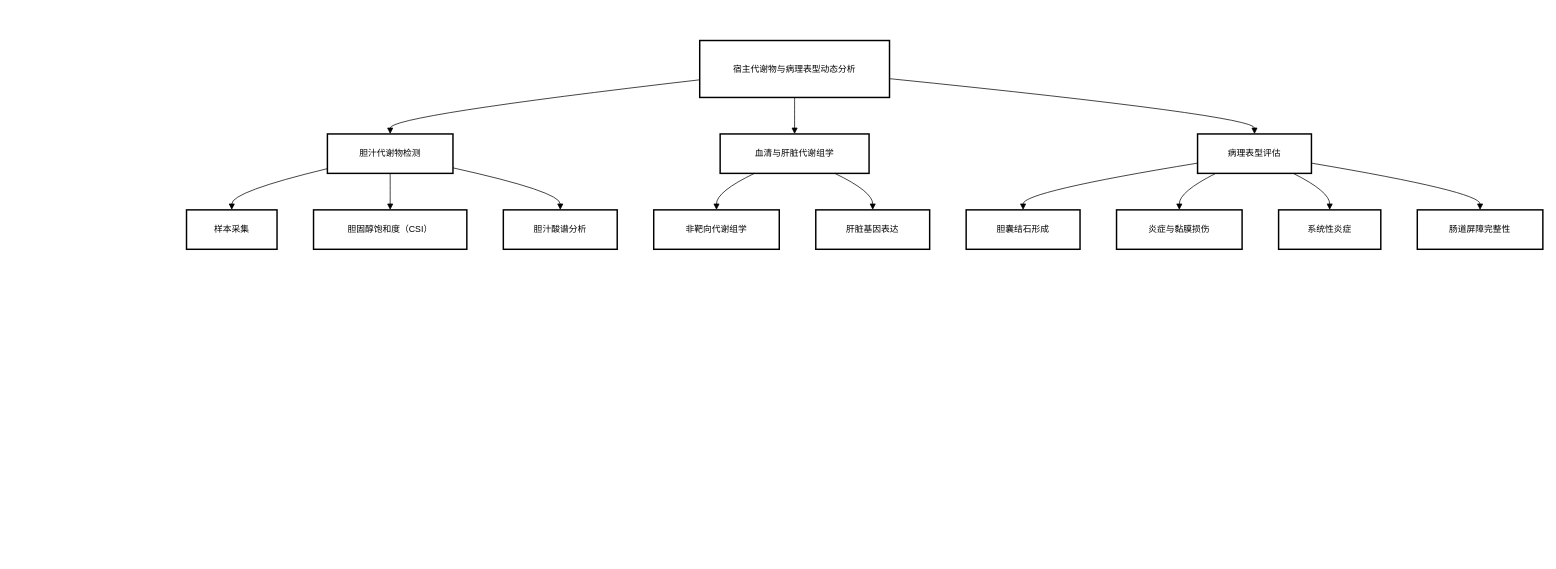
DavidWang2019/TEST keeps this draw.io diagram as 技术路线图3.drawio. Above is the earlier version. Source tidied: cells renumbered, new cells numbered last; positions are measured from the earlier drawing's top-left corner, leaving out a move shared by most shapes. Both pictures are drawn from the tidied source at 73%, with x=0, y=0 at pixel (186, 40).
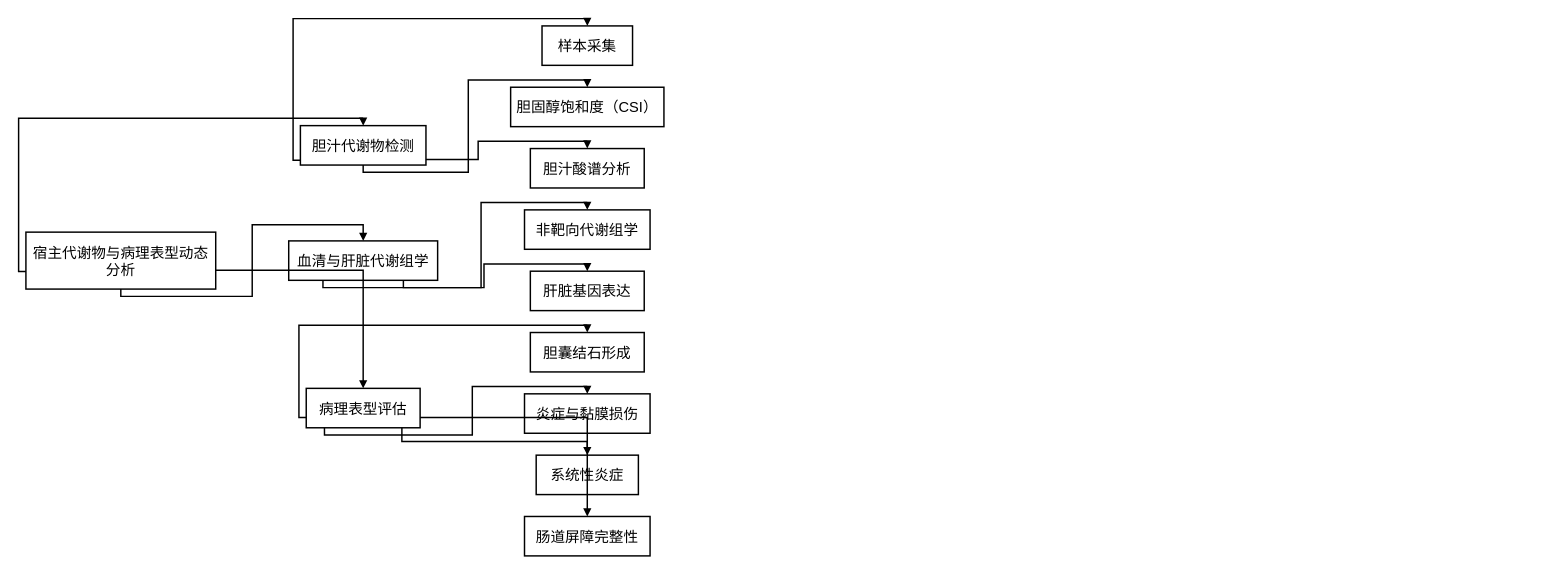
The same diagram, later.

Commit message (it also covers changes not shown here):
更新技术路线图3.drawio

Change to the diagram source:
```diff
@@
-    <mxCell id="2" value="宿主代谢物与病理表型动态分析" style="whiteSpace=wrap;strokeWidth=2;" parent="1" vertex="1">
-      <mxGeometry x="703" width="260" height="78" as="geometry" />
+    <mxCell id="2" value="宿主代谢物与病理表型动态分析" style="whiteSpace=wrap;strokeWidth=2;fontSize=20;" parent="1" vertex="1">
+      <mxGeometry x="-220" y="262.5" width="260" height="78" as="geometry" />
     </mxCell>
-    <mxCell id="3" value="胆汁代谢物检测" style="whiteSpace=wrap;strokeWidth=2;" parent="1" vertex="1">
-      <mxGeometry x="193" y="128" width="172" height="54" as="geometry" />
+    <mxCell id="3" value="胆汁代谢物检测" style="whiteSpace=wrap;strokeWidth=2;fontSize=20;" parent="1" vertex="1">
+      <mxGeometry x="156" y="116.6" width="172" height="54" as="geometry" />
     </mxCell>
-    <mxCell id="4" value="血清与肝脏代谢组学" style="whiteSpace=wrap;strokeWidth=2;" parent="1" vertex="1">
-      <mxGeometry x="731" y="128" width="204" height="54" as="geometry" />
+    <mxCell id="4" value="血清与肝脏代谢组学" style="whiteSpace=wrap;strokeWidth=2;fontSize=20;" parent="1" vertex="1">
+      <mxGeometry x="140" y="274.5" width="204" height="54" as="geometry" />
     </mxCell>
-    <mxCell id="5" value="病理表型评估" style="whiteSpace=wrap;strokeWidth=2;" parent="1" vertex="1">
-      <mxGeometry x="1385" y="128" width="156" height="54" as="geometry" />
+    <mxCell id="5" value="病理表型评估" style="whiteSpace=wrap;strokeWidth=2;fontSize=20;" parent="1" vertex="1">
+      <mxGeometry x="164" y="476.5" width="156" height="54" as="geometry" />
     </mxCell>
-    <mxCell id="6" value="样本采集" style="whiteSpace=wrap;strokeWidth=2;" parent="1" vertex="1">
-      <mxGeometry y="232" width="124" height="54" as="geometry" />
+    <mxCell id="6" value="样本采集" style="whiteSpace=wrap;strokeWidth=2;fontSize=20;" parent="1" vertex="1">
+      <mxGeometry x="487" y="-20" width="124" height="54" as="geometry" />
     </mxCell>
-    <mxCell id="7" value="胆固醇饱和度（CSI）" style="whiteSpace=wrap;strokeWidth=2;" parent="1" vertex="1">
-      <mxGeometry x="174" y="232" width="210" height="54" as="geometry" />
+    <mxCell id="7" value="胆固醇饱和度（CSI）" style="whiteSpace=wrap;strokeWidth=2;fontSize=20;" parent="1" vertex="1">
+      <mxGeometry x="444" y="64" width="210" height="54" as="geometry" />
     </mxCell>
-    <mxCell id="8" value="胆汁酸谱分析" style="whiteSpace=wrap;strokeWidth=2;" parent="1" vertex="1">
-      <mxGeometry x="434" y="232" width="156" height="54" as="geometry" />
+    <mxCell id="8" value="胆汁酸谱分析" style="whiteSpace=wrap;strokeWidth=2;fontSize=20;" parent="1" vertex="1">
+      <mxGeometry x="471" y="148" width="156" height="54" as="geometry" />
     </mxCell>
-    <mxCell id="9" value="非靶向代谢组学" style="whiteSpace=wrap;strokeWidth=2;" parent="1" vertex="1">
-      <mxGeometry x="640" y="232" width="172" height="54" as="geometry" />
+    <mxCell id="9" value="非靶向代谢组学" style="whiteSpace=wrap;strokeWidth=2;fontSize=20;" parent="1" vertex="1">
+      <mxGeometry x="463" y="232" width="172" height="54" as="geometry" />
     </mxCell>
-    <mxCell id="10" value="肝脏基因表达" style="whiteSpace=wrap;strokeWidth=2;" parent="1" vertex="1">
-      <mxGeometry x="862" y="232" width="156" height="54" as="geometry" />
+    <mxCell id="10" value="肝脏基因表达" style="whiteSpace=wrap;strokeWidth=2;fontSize=20;" parent="1" vertex="1">
+      <mxGeometry x="471" y="316" width="156" height="54" as="geometry" />
     </mxCell>
-    <mxCell id="11" value="胆囊结石形成" style="whiteSpace=wrap;strokeWidth=2;" parent="1" vertex="1">
-      <mxGeometry x="1068" y="232" width="156" height="54" as="geometry" />
+    <mxCell id="11" value="胆囊结石形成" style="whiteSpace=wrap;strokeWidth=2;fontSize=20;" parent="1" vertex="1">
+      <mxGeometry x="471" y="400" width="156" height="54" as="geometry" />
     </mxCell>
-    <mxCell id="12" value="炎症与黏膜损伤" style="whiteSpace=wrap;strokeWidth=2;" parent="1" vertex="1">
-      <mxGeometry x="1274" y="232" width="172" height="54" as="geometry" />
+    <mxCell id="12" value="炎症与黏膜损伤" style="whiteSpace=wrap;strokeWidth=2;fontSize=20;" parent="1" vertex="1">
+      <mxGeometry x="463" y="484" width="172" height="54" as="geometry" />
     </mxCell>
-    <mxCell id="13" value="系统性炎症" style="whiteSpace=wrap;strokeWidth=2;" parent="1" vertex="1">
-      <mxGeometry x="1496" y="232" width="140" height="54" as="geometry" />
+    <mxCell id="13" value="系统性炎症" style="whiteSpace=wrap;strokeWidth=2;fontSize=20;" parent="1" vertex="1">
+      <mxGeometry x="479" y="568" width="140" height="54" as="geometry" />
     </mxCell>
-    <mxCell id="14" value="肠道屏障完整性" style="whiteSpace=wrap;strokeWidth=2;" parent="1" vertex="1">
-      <mxGeometry x="1686" y="232" width="172" height="54" as="geometry" />
+    <mxCell id="14" value="肠道屏障完整性" style="whiteSpace=wrap;strokeWidth=2;fontSize=20;" parent="1" vertex="1">
+      <mxGeometry x="463" y="652" width="172" height="54" as="geometry" />
     </mxCell>
-    <mxCell id="15" style="curved=1;startArrow=none;endArrow=block;exitX=0;exitY=0.69;entryX=0.5;entryY=0;rounded=0;" parent="1" edge="1" source="2" target="3">
-      <mxGeometry relative="1" as="geometry">
-        <Array as="points">
-          <mxPoint x="279" y="103" />
-        </Array>
-      </mxGeometry>
+    <mxCell id="15" style="startArrow=none;endArrow=block;exitX=0;exitY=0.69;entryX=0.5;entryY=0;rounded=0;orthogonal=1;fontSize=20;edgeStyle=orthogonalEdgeStyle;elbow=vertical;strokeWidth=2;" parent="1" edge="1" source="2" target="3">
+      <mxGeometry relative="1" as="geometry" />
     </mxCell>
-    <mxCell id="16" style="curved=1;startArrow=none;endArrow=block;exitX=0.5;exitY=1;entryX=0.5;entryY=0;rounded=0;" parent="1" edge="1" source="2" target="4">
+    <mxCell id="16" style="startArrow=none;endArrow=block;exitX=0.5;exitY=1;entryX=0.5;entryY=0;rounded=0;orthogonal=1;fontSize=20;edgeStyle=orthogonalEdgeStyle;elbow=vertical;strokeWidth=2;" parent="1" edge="1" source="2" target="4">
       <mxGeometry relative="1" as="geometry" />
     </mxCell>
-    <mxCell id="17" style="curved=1;startArrow=none;endArrow=block;exitX=1;exitY=0.67;entryX=0.5;entryY=0;rounded=0;" parent="1" edge="1" source="2" target="5">
-      <mxGeometry relative="1" as="geometry">
-        <Array as="points">
-          <mxPoint x="1463" y="103" />
-        </Array>
-      </mxGeometry>
+    <mxCell id="17" style="startArrow=none;endArrow=block;exitX=1;exitY=0.67;entryX=0.5;entryY=0;rounded=0;orthogonal=1;fontSize=20;edgeStyle=orthogonalEdgeStyle;elbow=vertical;strokeWidth=2;" parent="1" edge="1" source="2" target="5">
+      <mxGeometry relative="1" as="geometry" />
     </mxCell>
-    <mxCell id="18" style="curved=1;startArrow=none;endArrow=block;exitX=0;exitY=0.88;entryX=0.5;entryY=0;rounded=0;" parent="1" edge="1" source="3" target="6">
-      <mxGeometry relative="1" as="geometry">
-        <Array as="points">
-          <mxPoint x="62" y="207" />
-        </Array>
-      </mxGeometry>
+    <mxCell id="18" style="startArrow=none;endArrow=block;exitX=0;exitY=0.88;entryX=0.5;entryY=0;rounded=0;orthogonal=1;fontSize=20;edgeStyle=orthogonalEdgeStyle;elbow=vertical;strokeWidth=2;" parent="1" edge="1" source="3" target="6">
+      <mxGeometry relative="1" as="geometry" />
     </mxCell>
-    <mxCell id="19" style="curved=1;startArrow=none;endArrow=block;exitX=0.5;exitY=1;entryX=0.5;entryY=0;rounded=0;" parent="1" edge="1" source="3" target="7">
+    <mxCell id="19" style="startArrow=none;endArrow=block;exitX=0.5;exitY=1;entryX=0.5;entryY=0;rounded=0;orthogonal=1;fontSize=20;edgeStyle=orthogonalEdgeStyle;elbow=vertical;strokeWidth=2;" parent="1" edge="1" source="3" target="7">
       <mxGeometry relative="1" as="geometry" />
     </mxCell>
-    <mxCell id="20" style="curved=1;startArrow=none;endArrow=block;exitX=1;exitY=0.86;entryX=0.5;entryY=0;rounded=0;" parent="1" edge="1" source="3" target="8">
-      <mxGeometry relative="1" as="geometry">
-        <Array as="points">
-          <mxPoint x="512" y="207" />
-        </Array>
-      </mxGeometry>
+    <mxCell id="20" style="startArrow=none;endArrow=block;exitX=1;exitY=0.86;entryX=0.5;entryY=0;rounded=0;orthogonal=1;fontSize=20;edgeStyle=orthogonalEdgeStyle;elbow=vertical;strokeWidth=2;" parent="1" edge="1" source="3" target="8">
+      <mxGeometry relative="1" as="geometry" />
     </mxCell>
-    <mxCell id="21" style="curved=1;startArrow=none;endArrow=block;exitX=0.23;exitY=1;entryX=0.5;entryY=0;rounded=0;" parent="1" edge="1" source="4" target="9">
-      <mxGeometry relative="1" as="geometry">
-        <Array as="points">
-          <mxPoint x="726" y="207" />
-        </Array>
-      </mxGeometry>
+    <mxCell id="21" style="startArrow=none;endArrow=block;exitX=0.23;exitY=1;entryX=0.5;entryY=0;rounded=0;orthogonal=1;fontSize=20;edgeStyle=orthogonalEdgeStyle;elbow=vertical;strokeWidth=2;" parent="1" edge="1" source="4" target="9">
+      <mxGeometry relative="1" as="geometry" />
     </mxCell>
-    <mxCell id="22" style="curved=1;startArrow=none;endArrow=block;exitX=0.77;exitY=1;entryX=0.5;entryY=0;rounded=0;" parent="1" edge="1" source="4" target="10">
-      <mxGeometry relative="1" as="geometry">
-        <Array as="points">
-          <mxPoint x="940" y="207" />
-        </Array>
-      </mxGeometry>
+    <mxCell id="22" style="startArrow=none;endArrow=block;exitX=0.77;exitY=1;entryX=0.5;entryY=0;rounded=0;orthogonal=1;fontSize=20;edgeStyle=orthogonalEdgeStyle;elbow=vertical;strokeWidth=2;" parent="1" edge="1" source="4" target="10">
+      <mxGeometry relative="1" as="geometry" />
     </mxCell>
-    <mxCell id="23" style="curved=1;startArrow=none;endArrow=block;exitX=0;exitY=0.74;entryX=0.5;entryY=0;rounded=0;" parent="1" edge="1" source="5" target="11">
-      <mxGeometry relative="1" as="geometry">
-        <Array as="points">
-          <mxPoint x="1146" y="207" />
-        </Array>
-      </mxGeometry>
+    <mxCell id="23" style="startArrow=none;endArrow=block;exitX=0;exitY=0.74;entryX=0.5;entryY=0;rounded=0;orthogonal=1;fontSize=20;edgeStyle=orthogonalEdgeStyle;elbow=vertical;strokeWidth=2;" parent="1" edge="1" source="5" target="11">
+      <mxGeometry relative="1" as="geometry" />
     </mxCell>
-    <mxCell id="24" style="curved=1;startArrow=none;endArrow=block;exitX=0.16;exitY=1;entryX=0.5;entryY=0;rounded=0;" parent="1" edge="1" source="5" target="12">
-      <mxGeometry relative="1" as="geometry">
-        <Array as="points">
-          <mxPoint x="1360" y="207" />
-        </Array>
-      </mxGeometry>
+    <mxCell id="24" style="startArrow=none;endArrow=block;exitX=0.16;exitY=1;entryX=0.5;entryY=0;rounded=0;orthogonal=1;fontSize=20;edgeStyle=orthogonalEdgeStyle;elbow=vertical;strokeWidth=2;" parent="1" edge="1" source="5" target="12">
+      <mxGeometry relative="1" as="geometry" />
     </mxCell>
-    <mxCell id="25" style="curved=1;startArrow=none;endArrow=block;exitX=0.84;exitY=1;entryX=0.5;entryY=0;rounded=0;" parent="1" edge="1" source="5" target="13">
-      <mxGeometry relative="1" as="geometry">
-        <Array as="points">
-          <mxPoint x="1566" y="207" />
-        </Array>
-      </mxGeometry>
+    <mxCell id="25" style="startArrow=none;endArrow=block;exitX=0.84;exitY=1;entryX=0.5;entryY=0;rounded=0;orthogonal=1;fontSize=20;edgeStyle=orthogonalEdgeStyle;elbow=vertical;strokeWidth=2;" parent="1" edge="1" source="5" target="13">
+      <mxGeometry relative="1" as="geometry" />
     </mxCell>
-    <mxCell id="26" style="curved=1;startArrow=none;endArrow=block;exitX=1;exitY=0.74;entryX=0.5;entryY=0;rounded=0;" parent="1" edge="1" source="5" target="14">
-      <mxGeometry relative="1" as="geometry">
-        <Array as="points">
-          <mxPoint x="1772" y="207" />
-        </Array>
-      </mxGeometry>
+    <mxCell id="26" style="startArrow=none;endArrow=block;exitX=1;exitY=0.74;entryX=0.5;entryY=0;rounded=0;orthogonal=1;fontSize=20;edgeStyle=orthogonalEdgeStyle;elbow=vertical;strokeWidth=2;" parent="1" edge="1" source="5" target="14">
+      <mxGeometry relative="1" as="geometry" />
     </mxCell>
```
